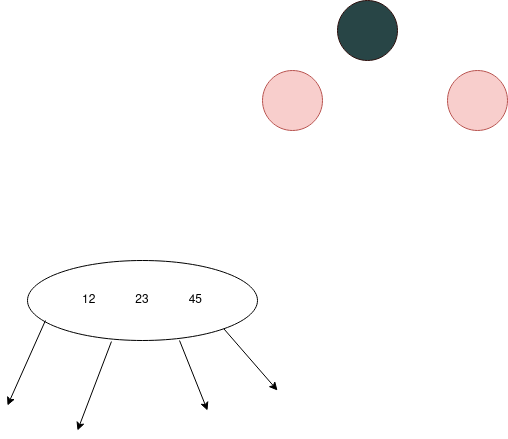
Above: diagrams/Test1.drawio.png in iTheds/draft_diagrams (draw.io), before the change. Source tidied: cells renumbered, new cells last; positions are measured from the earlier drawing's top-left corner, leaving out a move shared by most shapes.
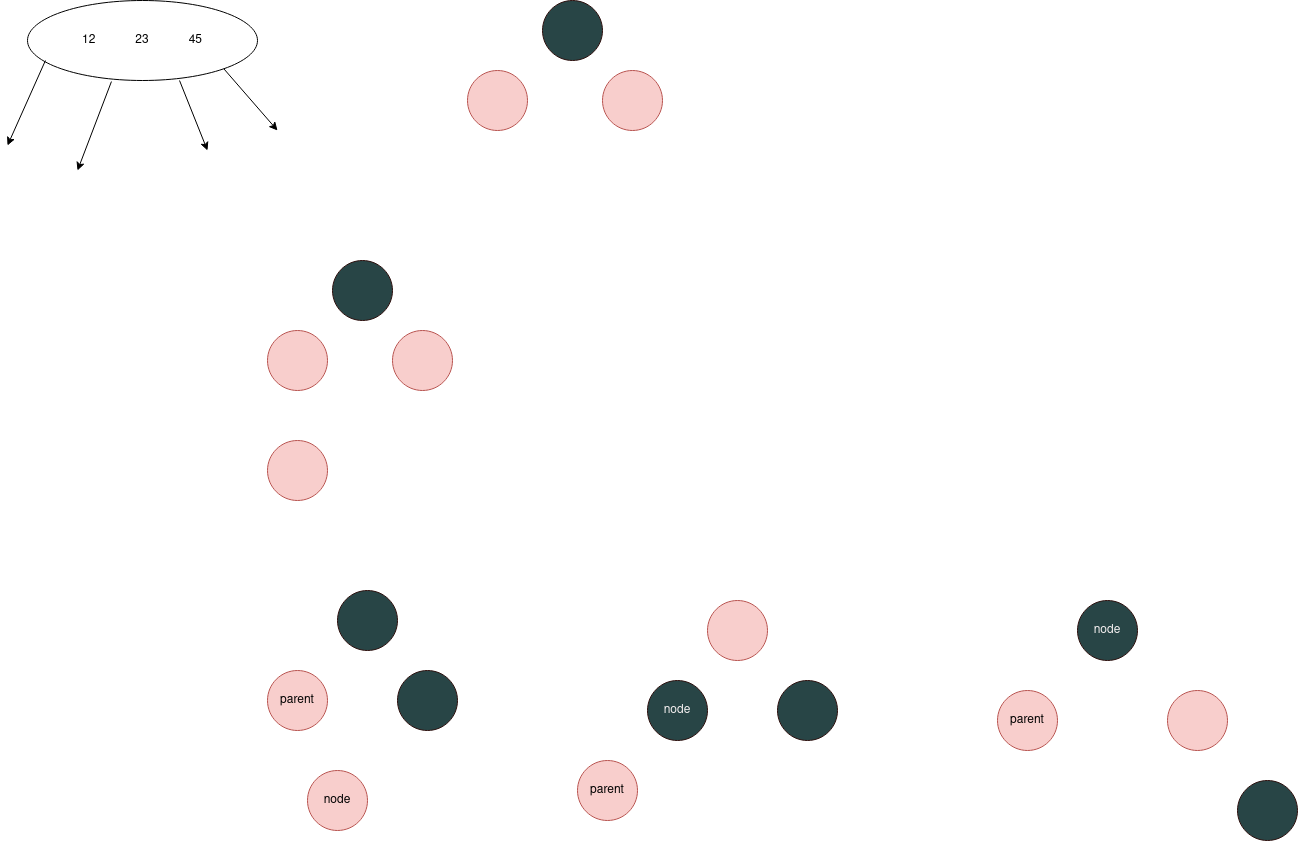
Above is the later version.

The edit, as a diff of the source:
```diff
@@ -3,36 +3,84 @@
     <mxCell id="0" />
     <mxCell id="1" parent="0" />
     <mxCell id="2" style="ellipse;whiteSpace=wrap;html=1;fillColor=#284546;strokeColor=#2f110f;" parent="1" vertex="1">
-      <mxGeometry x="330" width="60" height="60" as="geometry" />
+      <mxGeometry x="125" y="-170" width="60" height="60" as="geometry" />
     </mxCell>
     <mxCell id="3" style="ellipse;whiteSpace=wrap;html=1;fillColor=#f8cecc;strokeColor=#b85450;" parent="1" vertex="1">
-      <mxGeometry x="255" y="70" width="60" height="60" as="geometry" />
+      <mxGeometry x="50" y="-100" width="60" height="60" as="geometry" />
     </mxCell>
     <mxCell id="4" style="ellipse;whiteSpace=wrap;html=1;fillColor=#f8cecc;strokeColor=#b85450;" parent="1" vertex="1">
-      <mxGeometry x="440" y="70" width="60" height="60" as="geometry" />
+      <mxGeometry x="185" y="-100" width="60" height="60" as="geometry" />
     </mxCell>
     <mxCell id="5" value="12&lt;span style=&quot;white-space: pre;&quot;&gt;&#9;&lt;/span&gt;&lt;span style=&quot;white-space: pre;&quot;&gt;&#9;&lt;/span&gt;23&lt;span style=&quot;white-space: pre;&quot;&gt;&#9;&lt;/span&gt;&lt;span style=&quot;white-space: pre;&quot;&gt;&#9;&lt;/span&gt;45" style="ellipse;whiteSpace=wrap;html=1;" parent="1" vertex="1">
-      <mxGeometry x="20" y="260" width="230" height="80" as="geometry" />
+      <mxGeometry x="-390" y="-170" width="230" height="80" as="geometry" />
     </mxCell>
     <mxCell id="6" style="endArrow=classic;html=1;rounded=0;exitX=0.365;exitY=1.013;exitDx=0;exitDy=0;exitPerimeter=0;" parent="1" edge="1" source="5">
       <mxGeometry relative="1" as="geometry">
-        <mxPoint x="70" y="430" as="targetPoint" />
+        <mxPoint x="-340" as="targetPoint" />
       </mxGeometry>
     </mxCell>
     <mxCell id="7" style="endArrow=classic;html=1;rounded=0;exitX=0.078;exitY=0.75;exitDx=0;exitDy=0;exitPerimeter=0;" parent="1" edge="1" source="5">
       <mxGeometry relative="1" as="geometry">
-        <mxPoint y="405" as="targetPoint" />
+        <mxPoint x="-410" y="-25" as="targetPoint" />
       </mxGeometry>
     </mxCell>
     <mxCell id="8" style="endArrow=classic;html=1;rounded=0;exitX=0.661;exitY=1;exitDx=0;exitDy=0;exitPerimeter=0;" parent="1" edge="1" source="5">
       <mxGeometry relative="1" as="geometry">
-        <mxPoint x="200" y="410" as="targetPoint" />
+        <mxPoint x="-210" y="-20" as="targetPoint" />
       </mxGeometry>
     </mxCell>
     <mxCell id="9" style="endArrow=classic;html=1;rounded=0;exitX=1;exitY=1;exitDx=0;exitDy=0;" parent="1" edge="1" source="5">
       <mxGeometry relative="1" as="geometry">
-        <mxPoint x="270" y="390" as="targetPoint" />
+        <mxPoint x="-140" y="-40" as="targetPoint" />
       </mxGeometry>
     </mxCell>
+    <mxCell id="10" style="ellipse;whiteSpace=wrap;html=1;fillColor=#284546;strokeColor=#2f110f;" parent="1" vertex="1">
+      <mxGeometry x="-85" y="90" width="60" height="60" as="geometry" />
+    </mxCell>
+    <mxCell id="11" style="ellipse;whiteSpace=wrap;html=1;fillColor=#f8cecc;strokeColor=#b85450;" parent="1" vertex="1">
+      <mxGeometry x="-150" y="270" width="60" height="60" as="geometry" />
+    </mxCell>
+    <mxCell id="12" style="ellipse;whiteSpace=wrap;html=1;fillColor=#f8cecc;strokeColor=#b85450;" parent="1" vertex="1">
+      <mxGeometry x="-25" y="160" width="60" height="60" as="geometry" />
+    </mxCell>
+    <mxCell id="13" style="ellipse;whiteSpace=wrap;html=1;fillColor=#284546;strokeColor=#2f110f;" parent="1" vertex="1">
+      <mxGeometry x="-80" y="420" width="60" height="60" as="geometry" />
+    </mxCell>
+    <mxCell id="14" value="node" style="ellipse;whiteSpace=wrap;html=1;fillColor=#f8cecc;strokeColor=#b85450;" parent="1" vertex="1">
+      <mxGeometry x="-110" y="600" width="60" height="60" as="geometry" />
+    </mxCell>
+    <mxCell id="15" style="ellipse;whiteSpace=wrap;html=1;fillColor=#284546;strokeColor=#2f110f;" parent="1" vertex="1">
+      <mxGeometry x="-20" y="500" width="60" height="60" as="geometry" />
+    </mxCell>
+    <mxCell id="16" style="ellipse;whiteSpace=wrap;html=1;fillColor=#f8cecc;strokeColor=#b85450;" parent="1" vertex="1">
+      <mxGeometry x="-150" y="160" width="60" height="60" as="geometry" />
+    </mxCell>
+    <mxCell id="17" value="parent" style="ellipse;whiteSpace=wrap;html=1;fillColor=#f8cecc;strokeColor=#b85450;" parent="1" vertex="1">
+      <mxGeometry x="-150" y="500" width="60" height="60" as="geometry" />
+    </mxCell>
+    <mxCell id="18" style="ellipse;whiteSpace=wrap;html=1;fillColor=#f8cecc;strokeColor=#b85450;" parent="1" vertex="1">
+      <mxGeometry x="290" y="430" width="60" height="60" as="geometry" />
+    </mxCell>
+    <mxCell id="19" style="ellipse;whiteSpace=wrap;html=1;fillColor=#284546;strokeColor=#2f110f;" parent="1" vertex="1">
+      <mxGeometry x="360" y="510" width="60" height="60" as="geometry" />
+    </mxCell>
+    <mxCell id="20" value="parent" style="ellipse;whiteSpace=wrap;html=1;fillColor=#f8cecc;strokeColor=#b85450;" parent="1" vertex="1">
+      <mxGeometry x="160" y="590" width="60" height="60" as="geometry" />
+    </mxCell>
+    <mxCell id="21" value="&lt;font color=&quot;#f7f2f2&quot;&gt;node&lt;/font&gt;" style="ellipse;whiteSpace=wrap;html=1;fillColor=#284546;strokeColor=#2f110f;" parent="1" vertex="1">
+      <mxGeometry x="230" y="510" width="60" height="60" as="geometry" />
+    </mxCell>
+    <mxCell id="22" style="ellipse;whiteSpace=wrap;html=1;fillColor=#f8cecc;strokeColor=#b85450;" parent="1" vertex="1">
+      <mxGeometry x="750" y="520" width="60" height="60" as="geometry" />
+    </mxCell>
+    <mxCell id="23" style="ellipse;whiteSpace=wrap;html=1;fillColor=#284546;strokeColor=#2f110f;" parent="1" vertex="1">
+      <mxGeometry x="820" y="610" width="60" height="60" as="geometry" />
+    </mxCell>
+    <mxCell id="24" value="parent" style="ellipse;whiteSpace=wrap;html=1;fillColor=#f8cecc;strokeColor=#b85450;" parent="1" vertex="1">
+      <mxGeometry x="580" y="520" width="60" height="60" as="geometry" />
+    </mxCell>
+    <mxCell id="25" value="&lt;font color=&quot;#f7f2f2&quot;&gt;node&lt;/font&gt;" style="ellipse;whiteSpace=wrap;html=1;fillColor=#284546;strokeColor=#2f110f;" parent="1" vertex="1">
+      <mxGeometry x="660" y="430" width="60" height="60" as="geometry" />
+    </mxCell>
   </root>
 </mxGraphModel>
```
